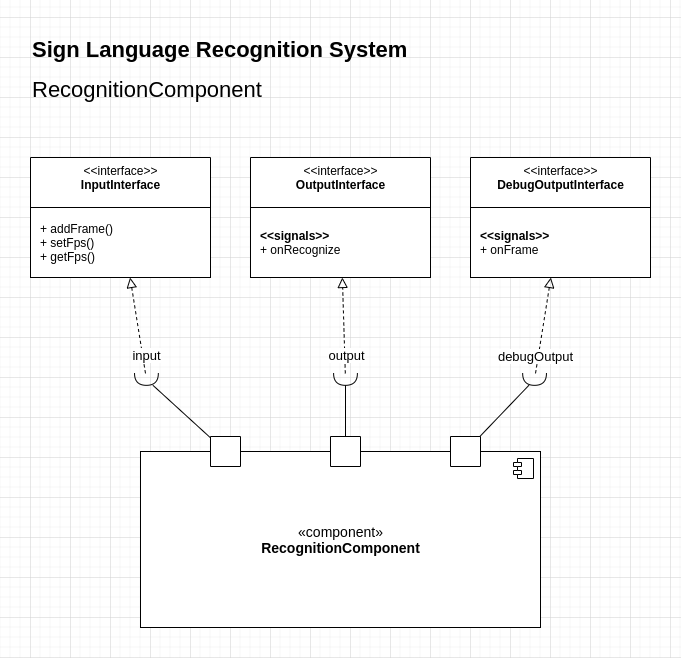
Above: diagrams/RecognitionComponent.1.drawio.png in enoffspb/enoffspb.github.io (draw.io), before the change. Source tidied: cells renumbered, new cells last; positions are measured from the earlier drawing's top-left corner, leaving out a move shared by most shapes.
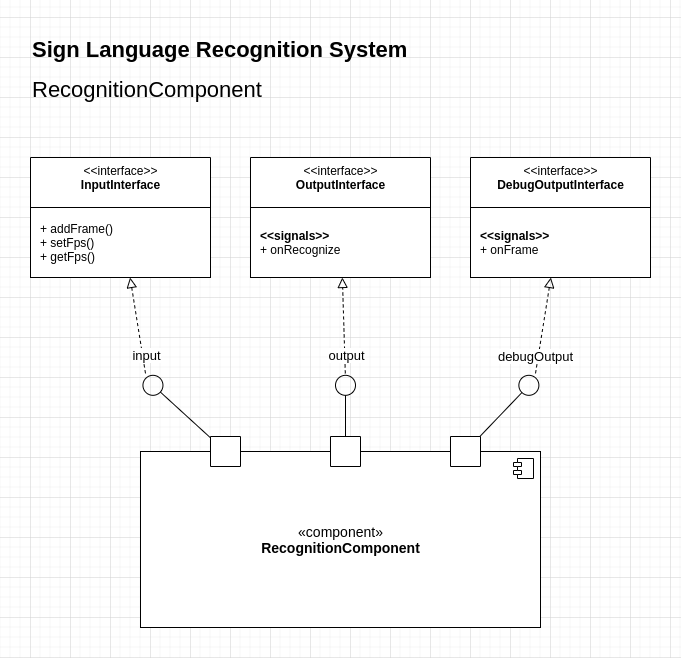
After the commit.

Change to the diagram source:
```diff
@@ -2,14 +2,20 @@
   <root>
     <mxCell id="0" />
     <mxCell id="1" parent="0" />
-    <mxCell id="2" style="endArrow=block;startArrow=none;endFill=0;startFill=0;endSize=8;html=1;verticalAlign=bottom;dashed=1;labelBackgroundColor=none;rounded=0;fontSize=12;" parent="1" edge="1" source="26" target="13">
-      <mxGeometry relative="1" as="geometry" />
+    <mxCell id="2" style="endArrow=block;startArrow=none;endFill=0;startFill=0;endSize=8;html=1;verticalAlign=bottom;dashed=1;labelBackgroundColor=none;rounded=0;fontSize=12;" parent="1" edge="1" target="13">
+      <mxGeometry relative="1" as="geometry">
+        <mxPoint x="505" y="342.9" as="sourcePoint" />
+      </mxGeometry>
     </mxCell>
-    <mxCell id="3" style="endArrow=block;startArrow=none;endFill=0;startFill=0;endSize=8;html=1;verticalAlign=bottom;dashed=1;labelBackgroundColor=none;rounded=0;fontSize=12;" parent="1" edge="1" source="22" target="11">
-      <mxGeometry relative="1" as="geometry" />
+    <mxCell id="3" style="endArrow=block;startArrow=none;endFill=0;startFill=0;endSize=8;html=1;verticalAlign=bottom;dashed=1;labelBackgroundColor=none;rounded=0;fontSize=12;" parent="1" edge="1" target="11">
+      <mxGeometry relative="1" as="geometry">
+        <mxPoint x="314.8" y="342.9" as="sourcePoint" />
+      </mxGeometry>
     </mxCell>
-    <mxCell id="4" style="endArrow=block;startArrow=none;endFill=0;startFill=0;endSize=8;html=1;verticalAlign=bottom;dashed=1;labelBackgroundColor=none;rounded=0;fontSize=12;" parent="1" edge="1" source="18" target="9">
-      <mxGeometry relative="1" as="geometry" />
+    <mxCell id="4" style="endArrow=block;startArrow=none;endFill=0;startFill=0;endSize=8;html=1;verticalAlign=bottom;dashed=1;labelBackgroundColor=none;rounded=0;fontSize=12;" parent="1" edge="1" target="9">
+      <mxGeometry relative="1" as="geometry">
+        <mxPoint x="115" y="342.9" as="sourcePoint" />
+      </mxGeometry>
     </mxCell>
     <mxCell id="5" value="Sign Language Recognition System" style="text;html=1;strokeColor=none;fillColor=none;align=left;verticalAlign=top;whiteSpace=wrap;rounded=0;fontSize=22;fontStyle=1;" parent="1" vertex="1">
       <mxGeometry width="530" height="40" as="geometry" />
@@ -46,44 +52,41 @@
     <mxCell id="15" style="html=1;rounded=0;labelBackgroundColor=#FFFFFF;fontSize=13;strokeColor=default;fillColor=default;align=center;verticalAlign=middle;direction=north;" parent="1" vertex="1">
       <mxGeometry x="180" y="406" width="30" height="30" as="geometry" />
     </mxCell>
-    <mxCell id="16" style="endArrow=none;html=1;rounded=0;align=center;verticalAlign=top;endFill=0;labelBackgroundColor=none;endSize=2;fontSize=13;" parent="1" edge="1" source="18" target="15">
-      <mxGeometry x="-10" y="405.9" as="geometry" />
+    <mxCell id="16" style="endArrow=none;html=1;rounded=0;align=center;verticalAlign=top;endFill=0;labelBackgroundColor=none;endSize=2;fontSize=13;startArrow=oval;startFill=0;startSize=20;" parent="1" edge="1" target="15">
+      <mxGeometry x="-10" y="405.9" as="geometry">
+        <mxPoint x="122.5" y="354.8" as="sourcePoint" />
+      </mxGeometry>
     </mxCell>
     <mxCell id="17" value="input" style="edgeLabel;html=1;align=center;verticalAlign=bottom;fontSize=13;labelPosition=center;verticalLabelPosition=top;spacingTop=0;spacingBottom=15;labelBorderColor=none;labelBackgroundColor=default;spacing=2;spacingLeft=0;" parent="16" vertex="1">
       <mxGeometry x="-0.4" y="2" relative="1" as="geometry">
         <mxPoint x="-26" y="-21" as="offset" />
       </mxGeometry>
     </mxCell>
-    <mxCell id="18" style="shape=requiredInterface;html=1;fontSize=11;align=center;fillColor=none;points=[];verticalAlign=bottom;labelPosition=center;verticalLabelPosition=top;flipH=1;labelBackgroundColor=#FFFFFF;strokeColor=default;rotation=-90;" parent="1" vertex="1">
-      <mxGeometry x="110" y="337" width="11.9" height="23.8" as="geometry" />
-    </mxCell>
     <mxCell id="19" style="html=1;rounded=0;labelBackgroundColor=#FFFFFF;fontSize=13;strokeColor=default;fillColor=default;align=center;verticalAlign=middle;direction=north;" parent="1" vertex="1">
       <mxGeometry x="300" y="406" width="30" height="30" as="geometry" />
     </mxCell>
-    <mxCell id="20" style="endArrow=none;html=1;rounded=0;align=center;verticalAlign=top;endFill=0;labelBackgroundColor=none;endSize=2;fontSize=13;" parent="1" edge="1" source="22" target="19">
-      <mxGeometry x="110" y="405.9" as="geometry" />
+    <mxCell id="20" style="endArrow=none;html=1;rounded=0;align=center;verticalAlign=top;endFill=0;labelBackgroundColor=none;endSize=2;fontSize=13;startArrow=oval;startFill=0;startSize=20;" parent="1" edge="1" target="19">
+      <mxGeometry x="110" y="405.9" as="geometry">
+        <mxPoint x="315" y="354.8" as="sourcePoint" />
+      </mxGeometry>
     </mxCell>
     <mxCell id="21" value="output" style="edgeLabel;html=1;align=center;verticalAlign=bottom;fontSize=13;labelPosition=center;verticalLabelPosition=top;spacingTop=0;spacingBottom=15;labelBackgroundColor=default;" parent="20" vertex="1">
       <mxGeometry x="-0.4" y="2" relative="1" as="geometry">
         <mxPoint x="-2" y="-21" as="offset" />
       </mxGeometry>
     </mxCell>
-    <mxCell id="22" style="shape=requiredInterface;html=1;fontSize=11;align=center;fillColor=none;points=[];verticalAlign=bottom;labelPosition=center;verticalLabelPosition=top;flipH=1;labelBackgroundColor=#FFFFFF;strokeColor=default;rotation=-90;" parent="1" vertex="1">
-      <mxGeometry x="309.1" y="337" width="11.9" height="23.8" as="geometry" />
-    </mxCell>
     <mxCell id="23" style="html=1;rounded=0;labelBackgroundColor=#FFFFFF;fontSize=13;strokeColor=default;fillColor=default;align=center;verticalAlign=middle;direction=north;" parent="1" vertex="1">
       <mxGeometry x="420" y="406" width="30" height="30" as="geometry" />
     </mxCell>
-    <mxCell id="24" style="endArrow=none;html=1;rounded=0;align=center;verticalAlign=top;endFill=0;labelBackgroundColor=none;endSize=2;fontSize=13;" parent="1" edge="1" source="26" target="23">
-      <mxGeometry x="230" y="405.9" as="geometry" />
+    <mxCell id="24" style="endArrow=none;html=1;rounded=0;align=center;verticalAlign=top;endFill=0;labelBackgroundColor=none;endSize=2;fontSize=13;startArrow=oval;startFill=0;startSize=20;" parent="1" edge="1" target="23">
+      <mxGeometry x="230" y="405.9" as="geometry">
+        <mxPoint x="498.4" y="354.8" as="sourcePoint" />
+      </mxGeometry>
     </mxCell>
     <mxCell id="25" value="debugOutput" style="edgeLabel;html=1;align=center;verticalAlign=bottom;fontSize=13;labelPosition=center;verticalLabelPosition=top;spacingTop=0;spacingBottom=15;" parent="24" vertex="1">
       <mxGeometry x="-0.4" y="2" relative="1" as="geometry">
         <mxPoint x="19" y="-21" as="offset" />
       </mxGeometry>
     </mxCell>
-    <mxCell id="26" style="shape=requiredInterface;html=1;fontSize=11;align=center;fillColor=none;points=[];verticalAlign=bottom;labelPosition=center;verticalLabelPosition=top;flipH=1;labelBackgroundColor=#FFFFFF;strokeColor=default;rotation=-90;" parent="1" vertex="1">
-      <mxGeometry x="498.1" y="337" width="11.9" height="23.8" as="geometry" />
-    </mxCell>
   </root>
 </mxGraphModel>
```
